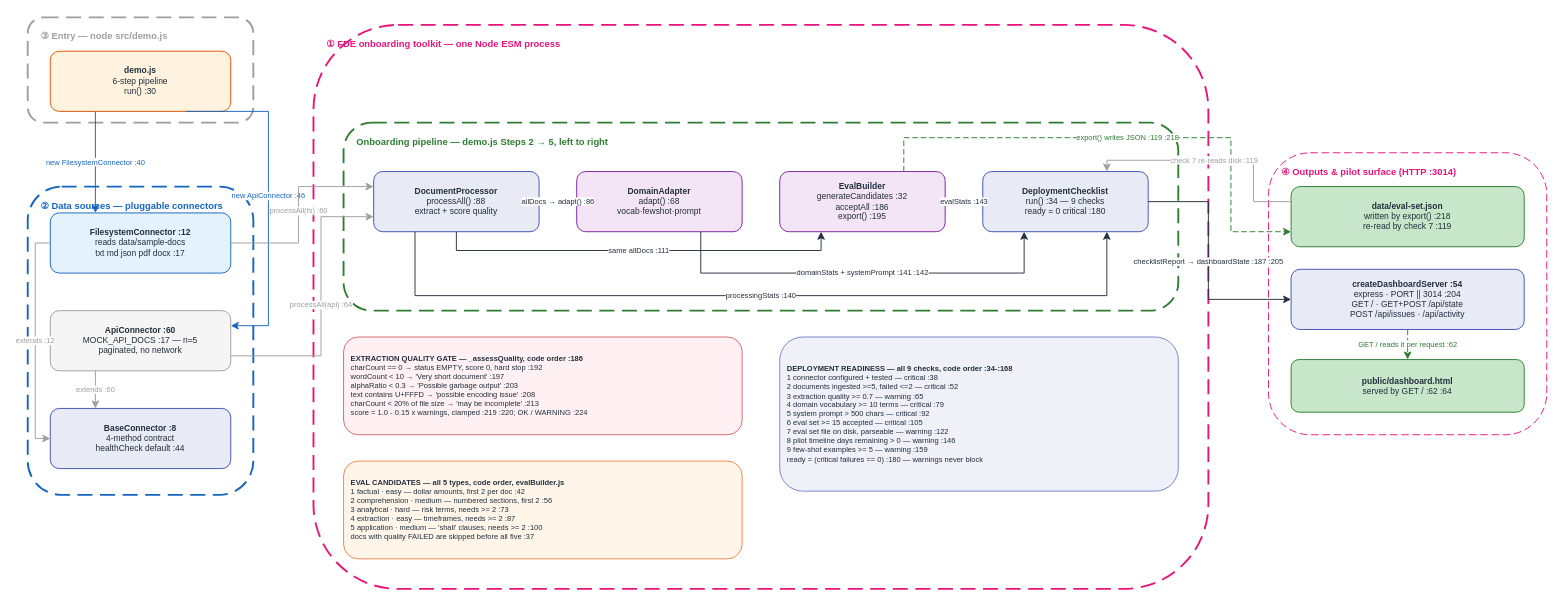
The draw.io diagram docs/diagrams/forward_deployed_v1/HOA_ForwardDeployed_v1.drawio in gmaheshraju/Hands-on-AgenticAI, before the edit. Source tidied: cells renumbered, new cells numbered last; positions are measured from the earlier drawing's top-left corner, leaving out a move shared by most shapes. Both pictures are drawn from the tidied source at 94%, with x=0, y=0 at pixel (27, 17).
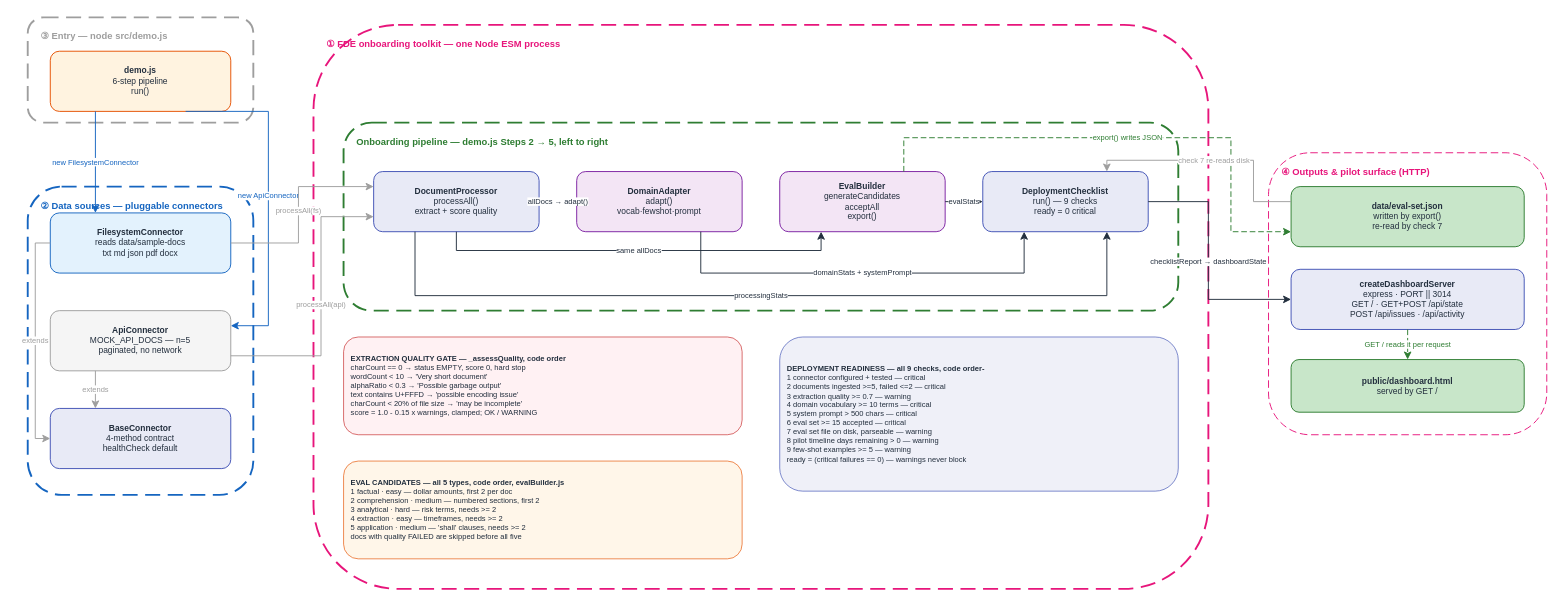
Above is the later version.

Change to the diagram source:
```diff
@@
-    <mxCell id="11" value="④ Outputs &amp; pilot surface (HTTP :3014)" style="text;fontSize=10;fontStyle=1;fontColor=#E7157B;align=left;html=1;whiteSpace=wrap;" parent="1" vertex="1">
+    <mxCell id="11" value="④ Outputs &amp; pilot surface (HTTP)" style="text;fontSize=10;fontStyle=1;fontColor=#E7157B;align=left;html=1;whiteSpace=wrap;" parent="1" vertex="1">
       <mxGeometry x="1332" y="152" width="280" height="16" as="geometry" />
     </mxCell>
-    <mxCell id="12" value="&lt;b&gt;demo.js&lt;/b&gt;&lt;br&gt;6-step pipeline&lt;br&gt;run() :30" style="rounded=1;fillColor=#FFF3E0;strokeColor=#E65100;fontSize=9;fontColor=#232F3E;html=1;whiteSpace=wrap;align=center;" parent="1" vertex="1">
+    <mxCell id="12" value="&lt;b&gt;demo.js&lt;/b&gt;&lt;br&gt;6-step pipeline&lt;br&gt;run()" style="rounded=1;fillColor=#FFF3E0;strokeColor=#E65100;fontSize=9;fontColor=#232F3E;html=1;whiteSpace=wrap;align=center;" parent="1" vertex="1">
       <mxGeometry x="24" y="36" width="192" height="64" as="geometry" />
     </mxCell>
-    <mxCell id="13" value="&lt;b&gt;FilesystemConnector :12&lt;/b&gt;&lt;br&gt;reads data/sample-docs&lt;br&gt;txt md json pdf docx :17" style="rounded=1;fillColor=#E3F2FD;strokeColor=#1565C0;fontSize=9;fontColor=#232F3E;html=1;whiteSpace=wrap;align=center;" parent="1" vertex="1">
+    <mxCell id="13" value="&lt;b&gt;FilesystemConnector&lt;/b&gt;&lt;br&gt;reads data/sample-docs&lt;br&gt;txt md json pdf docx" style="rounded=1;fillColor=#E3F2FD;strokeColor=#1565C0;fontSize=9;fontColor=#232F3E;html=1;whiteSpace=wrap;align=center;" parent="1" vertex="1">
       <mxGeometry x="24" y="208" width="192" height="64" as="geometry" />
     </mxCell>
-    <mxCell id="14" value="&lt;b&gt;ApiConnector :60&lt;/b&gt;&lt;br&gt;MOCK_API_DOCS :17 — n=5&lt;br&gt;paginated, no network" style="rounded=1;fillColor=#F5F5F5;strokeColor=#9E9E9E;fontSize=9;fontColor=#232F3E;html=1;whiteSpace=wrap;align=center;" parent="1" vertex="1">
+    <mxCell id="14" value="&lt;b&gt;ApiConnector&lt;/b&gt;&lt;br&gt;MOCK_API_DOCS — n=5&lt;br&gt;paginated, no network" style="rounded=1;fillColor=#F5F5F5;strokeColor=#9E9E9E;fontSize=9;fontColor=#232F3E;html=1;whiteSpace=wrap;align=center;" parent="1" vertex="1">
       <mxGeometry x="24" y="312" width="192" height="64" as="geometry" />
     </mxCell>
-    <mxCell id="15" value="&lt;b&gt;BaseConnector :8&lt;/b&gt;&lt;br&gt;4-method contract&lt;br&gt;healthCheck default :44" style="rounded=1;fillColor=#E8EAF6;strokeColor=#3F51B5;fontSize=9;fontColor=#232F3E;html=1;whiteSpace=wrap;align=center;" parent="1" vertex="1">
+    <mxCell id="15" value="&lt;b&gt;BaseConnector&lt;/b&gt;&lt;br&gt;4-method contract&lt;br&gt;healthCheck default" style="rounded=1;fillColor=#E8EAF6;strokeColor=#3F51B5;fontSize=9;fontColor=#232F3E;html=1;whiteSpace=wrap;align=center;" parent="1" vertex="1">
       <mxGeometry x="24" y="416" width="192" height="64" as="geometry" />
     </mxCell>
-    <mxCell id="16" value="&lt;b&gt;DocumentProcessor&lt;/b&gt;&lt;br&gt;processAll() :88&lt;br&gt;extract + score quality" style="rounded=1;fillColor=#E8EAF6;strokeColor=#3F51B5;fontSize=9;fontColor=#232F3E;html=1;whiteSpace=wrap;align=center;" parent="1" vertex="1">
+    <mxCell id="16" value="&lt;b&gt;DocumentProcessor&lt;/b&gt;&lt;br&gt;processAll()&lt;br&gt;extract + score quality" style="rounded=1;fillColor=#E8EAF6;strokeColor=#3F51B5;fontSize=9;fontColor=#232F3E;html=1;whiteSpace=wrap;align=center;" parent="1" vertex="1">
       <mxGeometry x="368" y="164" width="176" height="64" as="geometry" />
     </mxCell>
-    <mxCell id="17" value="&lt;b&gt;DomainAdapter&lt;/b&gt;&lt;br&gt;adapt() :68&lt;br&gt;vocab·fewshot·prompt" style="rounded=1;fillColor=#F3E5F5;strokeColor=#7B1FA2;fontSize=9;fontColor=#232F3E;html=1;whiteSpace=wrap;align=center;" parent="1" vertex="1">
+    <mxCell id="17" value="&lt;b&gt;DomainAdapter&lt;/b&gt;&lt;br&gt;adapt()&lt;br&gt;vocab·fewshot·prompt" style="rounded=1;fillColor=#F3E5F5;strokeColor=#7B1FA2;fontSize=9;fontColor=#232F3E;html=1;whiteSpace=wrap;align=center;" parent="1" vertex="1">
       <mxGeometry x="584" y="164" width="176" height="64" as="geometry" />
     </mxCell>
-    <mxCell id="18" value="&lt;b&gt;EvalBuilder&lt;/b&gt;&lt;br&gt;generateCandidates :32&lt;br&gt;acceptAll :186&lt;br&gt;export() :195" style="rounded=1;fillColor=#F3E5F5;strokeColor=#7B1FA2;fontSize=9;fontColor=#232F3E;html=1;whiteSpace=wrap;align=center;" parent="1" vertex="1">
+    <mxCell id="18" value="&lt;b&gt;EvalBuilder&lt;/b&gt;&lt;br&gt;generateCandidates&lt;br&gt;acceptAll&lt;br&gt;export()" style="rounded=1;fillColor=#F3E5F5;strokeColor=#7B1FA2;fontSize=9;fontColor=#232F3E;html=1;whiteSpace=wrap;align=center;" parent="1" vertex="1">
       <mxGeometry x="800" y="164" width="176" height="64" as="geometry" />
     </mxCell>
-    <mxCell id="19" value="&lt;b&gt;DeploymentChecklist&lt;/b&gt;&lt;br&gt;run() :34 — 9 checks&lt;br&gt;ready = 0 critical :180" style="rounded=1;fillColor=#E8EAF6;strokeColor=#3F51B5;fontSize=9;fontColor=#232F3E;html=1;whiteSpace=wrap;align=center;" parent="1" vertex="1">
+    <mxCell id="19" value="&lt;b&gt;DeploymentChecklist&lt;/b&gt;&lt;br&gt;run() — 9 checks&lt;br&gt;ready = 0 critical" style="rounded=1;fillColor=#E8EAF6;strokeColor=#3F51B5;fontSize=9;fontColor=#232F3E;html=1;whiteSpace=wrap;align=center;" parent="1" vertex="1">
       <mxGeometry x="1016" y="164" width="176" height="64" as="geometry" />
     </mxCell>
-    <mxCell id="20" value="&lt;b&gt;data/eval-set.json&lt;/b&gt;&lt;br&gt;written by export() :218&lt;br&gt;re-read by check 7 :119" style="rounded=1;fillColor=#C8E6C9;strokeColor=#2E7D32;fontSize=9;fontColor=#232F3E;html=1;whiteSpace=wrap;align=center;" parent="1" vertex="1">
+    <mxCell id="20" value="&lt;b&gt;data/eval-set.json&lt;/b&gt;&lt;br&gt;written by export()&lt;br&gt;re-read by check 7" style="rounded=1;fillColor=#C8E6C9;strokeColor=#2E7D32;fontSize=9;fontColor=#232F3E;html=1;whiteSpace=wrap;align=center;" parent="1" vertex="1">
       <mxGeometry x="1344" y="180" width="248" height="64" as="geometry" />
     </mxCell>
-    <mxCell id="21" value="&lt;b&gt;createDashboardServer :54&lt;/b&gt;&lt;br&gt;express · PORT || 3014 :204&lt;br&gt;GET / · GET+POST /api/state&lt;br&gt;POST /api/issues · /api/activity" style="rounded=1;fillColor=#E8EAF6;strokeColor=#3F51B5;fontSize=9;fontColor=#232F3E;html=1;whiteSpace=wrap;align=center;" parent="1" vertex="1">
+    <mxCell id="21" value="&lt;b&gt;createDashboardServer&lt;/b&gt;&lt;br&gt;express · PORT || 3014&lt;br&gt;GET / · GET+POST /api/state&lt;br&gt;POST /api/issues · /api/activity" style="rounded=1;fillColor=#E8EAF6;strokeColor=#3F51B5;fontSize=9;fontColor=#232F3E;html=1;whiteSpace=wrap;align=center;" parent="1" vertex="1">
       <mxGeometry x="1344" y="268" width="248" height="64" as="geometry" />
     </mxCell>
-    <mxCell id="22" value="&lt;b&gt;public/dashboard.html&lt;/b&gt;&lt;br&gt;served by GET / :62 :64" style="rounded=1;fillColor=#C8E6C9;strokeColor=#2E7D32;fontSize=9;fontColor=#232F3E;html=1;whiteSpace=wrap;align=center;" parent="1" vertex="1">
+    <mxCell id="22" value="&lt;b&gt;public/dashboard.html&lt;/b&gt;&lt;br&gt;served by GET /" style="rounded=1;fillColor=#C8E6C9;strokeColor=#2E7D32;fontSize=9;fontColor=#232F3E;html=1;whiteSpace=wrap;align=center;" parent="1" vertex="1">
       <mxGeometry x="1344" y="364" width="248" height="56" as="geometry" />
     </mxCell>
-    <mxCell id="23" value="&lt;b&gt;EXTRACTION QUALITY GATE — _assessQuality, code order :186&lt;/b&gt;&lt;br&gt;charCount == 0 → status EMPTY, score 0, hard stop :192&lt;br&gt;wordCount &lt; 10 → 'Very short document' :197&lt;br&gt;alphaRatio &lt; 0.3 → 'Possible garbage output' :203&lt;br&gt;text contains U+FFFD → 'possible encoding issue' :208&lt;br&gt;charCount &lt; 20% of file size → 'may be incomplete' :213&lt;br&gt;score = 1.0 - 0.15 x warnings, clamped :219 :220; OK / WARNING :224" style="rounded=1;fillColor=#FFEBEE;strokeColor=#C62828;fontSize=8;fontColor=#232F3E;html=1;whiteSpace=wrap;align=left;spacingLeft=6;opacity=70;" parent="1" vertex="1">
+    <mxCell id="23" value="&lt;b&gt;EXTRACTION QUALITY GATE — _assessQuality, code order&lt;/b&gt;&lt;br&gt;charCount == 0 → status EMPTY, score 0, hard stop&lt;br&gt;wordCount &lt; 10 → 'Very short document'&lt;br&gt;alphaRatio &lt; 0.3 → 'Possible garbage output'&lt;br&gt;text contains U+FFFD → 'possible encoding issue'&lt;br&gt;charCount &lt; 20% of file size → 'may be incomplete'&lt;br&gt;score = 1.0 - 0.15 x warnings, clamped; OK / WARNING" style="rounded=1;fillColor=#FFEBEE;strokeColor=#C62828;fontSize=8;fontColor=#232F3E;html=1;whiteSpace=wrap;align=left;spacingLeft=6;opacity=70;" parent="1" vertex="1">
       <mxGeometry x="336" y="340" width="424" height="104" as="geometry" />
     </mxCell>
-    <mxCell id="24" value="&lt;b&gt;EVAL CANDIDATES — all 5 types, code order, evalBuilder.js&lt;/b&gt;&lt;br&gt;1 factual · easy — dollar amounts, first 2 per doc :42&lt;br&gt;2 comprehension · medium — numbered sections, first 2 :56&lt;br&gt;3 analytical · hard — risk terms, needs &gt;= 2 :73&lt;br&gt;4 extraction · easy — timeframes, needs &gt;= 2 :87&lt;br&gt;5 application · medium — 'shall' clauses, needs &gt;= 2 :100&lt;br&gt;docs with quality FAILED are skipped before all five :37" style="rounded=1;fillColor=#FFF3E0;strokeColor=#E65100;fontSize=8;fontColor=#232F3E;html=1;whiteSpace=wrap;align=left;spacingLeft=6;opacity=70;" parent="1" vertex="1">
+    <mxCell id="24" value="&lt;b&gt;EVAL CANDIDATES — all 5 types, code order, evalBuilder.js&lt;/b&gt;&lt;br&gt;1 factual · easy — dollar amounts, first 2 per doc&lt;br&gt;2 comprehension · medium — numbered sections, first 2&lt;br&gt;3 analytical · hard — risk terms, needs &gt;= 2&lt;br&gt;4 extraction · easy — timeframes, needs &gt;= 2&lt;br&gt;5 application · medium — 'shall' clauses, needs &gt;= 2&lt;br&gt;docs with quality FAILED are skipped before all five" style="rounded=1;fillColor=#FFF3E0;strokeColor=#E65100;fontSize=8;fontColor=#232F3E;html=1;whiteSpace=wrap;align=left;spacingLeft=6;opacity=70;" parent="1" vertex="1">
       <mxGeometry x="336" y="472" width="424" height="104" as="geometry" />
     </mxCell>
-    <mxCell id="25" value="&lt;b&gt;DEPLOYMENT READINESS — all 9 checks, code order :34-:168&lt;/b&gt;&lt;br&gt;1 connector configured + tested — critical :38&lt;br&gt;2 documents ingested &gt;=5, failed &lt;=2 — critical :52&lt;br&gt;3 extraction quality &gt;= 0.7 — warning :65&lt;br&gt;4 domain vocabulary &gt;= 10 terms — critical :79&lt;br&gt;5 system prompt &gt; 500 chars — critical :92&lt;br&gt;6 eval set &gt;= 15 accepted — critical :105&lt;br&gt;7 eval set file on disk, parseable — warning :122&lt;br&gt;8 pilot timeline days remaining &gt; 0 — warning :146&lt;br&gt;9 few-shot examples &gt;= 5 — warning :159&lt;br&gt;ready = (critical failures == 0) :180 — warnings never block" style="rounded=1;fillColor=#E8EAF6;strokeColor=#3F51B5;fontSize=8;fontColor=#232F3E;html=1;whiteSpace=wrap;align=left;spacingLeft=6;opacity=70;" parent="1" vertex="1">
+    <mxCell id="25" value="&lt;b&gt;DEPLOYMENT READINESS — all 9 checks, code order-&lt;/b&gt;&lt;br&gt;1 connector configured + tested — critical&lt;br&gt;2 documents ingested &gt;=5, failed &lt;=2 — critical&lt;br&gt;3 extraction quality &gt;= 0.7 — warning&lt;br&gt;4 domain vocabulary &gt;= 10 terms — critical&lt;br&gt;5 system prompt &gt; 500 chars — critical&lt;br&gt;6 eval set &gt;= 15 accepted — critical&lt;br&gt;7 eval set file on disk, parseable — warning&lt;br&gt;8 pilot timeline days remaining &gt; 0 — warning&lt;br&gt;9 few-shot examples &gt;= 5 — warning&lt;br&gt;ready = (critical failures == 0) — warnings never block" style="rounded=1;fillColor=#E8EAF6;strokeColor=#3F51B5;fontSize=8;fontColor=#232F3E;html=1;whiteSpace=wrap;align=left;spacingLeft=6;opacity=70;" parent="1" vertex="1">
       <mxGeometry x="800" y="340" width="424" height="164" as="geometry" />
     </mxCell>
-    <mxCell id="26" value="new FilesystemConnector :40" style="edgeStyle=orthogonalEdgeStyle;rounded=0;html=1;strokeColor=#1565C0;fontColor=#1565C0;fontSize=8;exitX=0.25;exitY=1;exitDx=0;exitDy=0;entryX=0.25;entryY=0;entryDx=0;entryDy=0;" parent="1" edge="1" source="12" target="13">
+    <mxCell id="26" value="new FilesystemConnector" style="edgeStyle=orthogonalEdgeStyle;rounded=0;html=1;strokeColor=#1565C0;fontColor=#1565C0;fontSize=8;exitX=0.25;exitY=1;exitDx=0;exitDy=0;entryX=0.25;entryY=0;entryDx=0;entryDy=0;" parent="1" edge="1" source="12" target="13">
       <mxGeometry relative="1" as="geometry" />
     </mxCell>
-    <mxCell id="27" value="new ApiConnector :46" style="edgeStyle=orthogonalEdgeStyle;rounded=0;html=1;strokeColor=#1565C0;fontColor=#1565C0;fontSize=8;exitX=0.75;exitY=1;exitDx=0;exitDy=0;entryX=1;entryY=0.25;entryDx=0;entryDy=0;" parent="1" edge="1" source="12" target="14">
+    <mxCell id="27" value="new ApiConnector" style="edgeStyle=orthogonalEdgeStyle;rounded=0;html=1;strokeColor=#1565C0;fontColor=#1565C0;fontSize=8;exitX=0.75;exitY=1;exitDx=0;exitDy=0;entryX=1;entryY=0.25;entryDx=0;entryDy=0;" parent="1" edge="1" source="12" target="14">
       <mxGeometry relative="1" as="geometry">
         <Array as="points">
           <mxPoint x="256" y="100" />
           <mxPoint x="256" y="328" />
         </Array>
       </mxGeometry>
     </mxCell>
-    <mxCell id="28" value="extends :12" style="edgeStyle=orthogonalEdgeStyle;rounded=0;html=1;strokeColor=#9E9E9E;fontColor=#9E9E9E;fontSize=8;exitX=0;exitY=0.5;exitDx=0;exitDy=0;entryX=0;entryY=0.5;entryDx=0;entryDy=0;" parent="1" edge="1" source="13" target="15">
+    <mxCell id="28" value="extends" style="edgeStyle=orthogonalEdgeStyle;rounded=0;html=1;strokeColor=#9E9E9E;fontColor=#9E9E9E;fontSize=8;exitX=0;exitY=0.5;exitDx=0;exitDy=0;entryX=0;entryY=0.5;entryDx=0;entryDy=0;" parent="1" edge="1" source="13" target="15">
       <mxGeometry relative="1" as="geometry">
         <Array as="points">
           <mxPoint x="8" y="240" />
           <mxPoint x="8" y="448" />
         </Array>
       </mxGeometry>
     </mxCell>
-    <mxCell id="29" value="extends :60" style="edgeStyle=orthogonalEdgeStyle;rounded=0;html=1;strokeColor=#9E9E9E;fontColor=#9E9E9E;fontSize=8;exitX=0.25;exitY=1;exitDx=0;exitDy=0;entryX=0.25;entryY=0;entryDx=0;entryDy=0;" parent="1" edge="1" source="14" target="15">
+    <mxCell id="29" value="extends" style="edgeStyle=orthogonalEdgeStyle;rounded=0;html=1;strokeColor=#9E9E9E;fontColor=#9E9E9E;fontSize=8;exitX=0.25;exitY=1;exitDx=0;exitDy=0;entryX=0.25;entryY=0;entryDx=0;entryDy=0;" parent="1" edge="1" source="14" target="15">
       <mxGeometry relative="1" as="geometry" />
     </mxCell>
-    <mxCell id="30" value="processAll(fs) :60" style="edgeStyle=orthogonalEdgeStyle;rounded=0;html=1;strokeColor=#9E9E9E;fontColor=#9E9E9E;fontSize=8;exitX=1;exitY=0.5;exitDx=0;exitDy=0;entryX=0;entryY=0.25;entryDx=0;entryDy=0;" parent="1" edge="1" source="13" target="16">
+    <mxCell id="30" value="processAll(fs)" style="edgeStyle=orthogonalEdgeStyle;rounded=0;html=1;strokeColor=#9E9E9E;fontColor=#9E9E9E;fontSize=8;exitX=1;exitY=0.5;exitDx=0;exitDy=0;entryX=0;entryY=0.25;entryDx=0;entryDy=0;" parent="1" edge="1" source="13" target="16">
       <mxGeometry relative="1" as="geometry">
         <Array as="points">
           <mxPoint x="288" y="240" />
           <mxPoint x="288" y="180" />
         </Array>
       </mxGeometry>
     </mxCell>
-    <mxCell id="31" value="processAll(api) :64" style="edgeStyle=orthogonalEdgeStyle;rounded=0;html=1;strokeColor=#9E9E9E;fontColor=#9E9E9E;fontSize=8;exitX=1;exitY=0.75;exitDx=0;exitDy=0;entryX=0;entryY=0.75;entryDx=0;entryDy=0;" parent="1" edge="1" source="14" target="16">
+    <mxCell id="31" value="processAll(api)" style="edgeStyle=orthogonalEdgeStyle;rounded=0;html=1;strokeColor=#9E9E9E;fontColor=#9E9E9E;fontSize=8;exitX=1;exitY=0.75;exitDx=0;exitDy=0;entryX=0;entryY=0.75;entryDx=0;entryDy=0;" parent="1" edge="1" source="14" target="16">
       <mxGeometry relative="1" as="geometry">
         <Array as="points">
           <mxPoint x="312" y="360" />
           <mxPoint x="312" y="212" />
         </Array>
       </mxGeometry>
     </mxCell>
-    <mxCell id="32" value="allDocs → adapt() :86" style="edgeStyle=orthogonalEdgeStyle;rounded=0;html=1;strokeColor=#232F3E;fontColor=#232F3E;fontSize=8;exitX=1;exitY=0.5;exitDx=0;exitDy=0;entryX=0;entryY=0.5;entryDx=0;entryDy=0;" parent="1" edge="1" source="16" target="17">
+    <mxCell id="32" value="allDocs → adapt()" style="edgeStyle=orthogonalEdgeStyle;rounded=0;html=1;strokeColor=#232F3E;fontColor=#232F3E;fontSize=8;exitX=1;exitY=0.5;exitDx=0;exitDy=0;entryX=0;entryY=0.5;entryDx=0;entryDy=0;" parent="1" edge="1" source="16" target="17">
       <mxGeometry relative="1" as="geometry" />
     </mxCell>
-    <mxCell id="33" value="same allDocs :111" style="edgeStyle=orthogonalEdgeStyle;rounded=0;html=1;strokeColor=#232F3E;fontColor=#232F3E;fontSize=8;exitX=0.5;exitY=1;exitDx=0;exitDy=0;entryX=0.25;entryY=1;entryDx=0;entryDy=0;" parent="1" edge="1" source="16" target="18">
+    <mxCell id="33" value="same allDocs" style="edgeStyle=orthogonalEdgeStyle;rounded=0;html=1;strokeColor=#232F3E;fontColor=#232F3E;fontSize=8;exitX=0.5;exitY=1;exitDx=0;exitDy=0;entryX=0.25;entryY=1;entryDx=0;entryDy=0;" parent="1" edge="1" source="16" target="18">
       <mxGeometry relative="1" as="geometry">
         <Array as="points">
           <mxPoint x="456" y="248" />
           <mxPoint x="844" y="248" />
         </Array>
       </mxGeometry>
     </mxCell>
-    <mxCell id="34" value="processingStats :140" style="edgeStyle=orthogonalEdgeStyle;rounded=0;html=1;strokeColor=#232F3E;fontColor=#232F3E;fontSize=8;exitX=0.25;exitY=1;exitDx=0;exitDy=0;entryX=0.75;entryY=1;entryDx=0;entryDy=0;" parent="1" edge="1" source="16" target="19">
+    <mxCell id="34" value="processingStats" style="edgeStyle=orthogonalEdgeStyle;rounded=0;html=1;strokeColor=#232F3E;fontColor=#232F3E;fontSize=8;exitX=0.25;exitY=1;exitDx=0;exitDy=0;entryX=0.75;entryY=1;entryDx=0;entryDy=0;" parent="1" edge="1" source="16" target="19">
       <mxGeometry relative="1" as="geometry">
         <Array as="points">
           <mxPoint x="412" y="296" />
           <mxPoint x="1148" y="296" />
         </Array>
       </mxGeometry>
     </mxCell>
-    <mxCell id="35" value="domainStats + systemPrompt :141 :142" style="edgeStyle=orthogonalEdgeStyle;rounded=0;html=1;strokeColor=#232F3E;fontColor=#232F3E;fontSize=8;exitX=0.75;exitY=1;exitDx=0;exitDy=0;entryX=0.25;entryY=1;entryDx=0;entryDy=0;" parent="1" edge="1" source="17" target="19">
+    <mxCell id="35" value="domainStats + systemPrompt" style="edgeStyle=orthogonalEdgeStyle;rounded=0;html=1;strokeColor=#232F3E;fontColor=#232F3E;fontSize=8;exitX=0.75;exitY=1;exitDx=0;exitDy=0;entryX=0.25;entryY=1;entryDx=0;entryDy=0;" parent="1" edge="1" source="17" target="19">
       <mxGeometry relative="1" as="geometry">
         <Array as="points">
           <mxPoint x="716" y="272" />
           <mxPoint x="1060" y="272" />
         </Array>
       </mxGeometry>
     </mxCell>
-    <mxCell id="36" value="evalStats :143" style="edgeStyle=orthogonalEdgeStyle;rounded=0;html=1;strokeColor=#232F3E;fontColor=#232F3E;fontSize=8;exitX=1;exitY=0.5;exitDx=0;exitDy=0;entryX=0;entryY=0.5;entryDx=0;entryDy=0;" parent="1" edge="1" source="18" target="19">
+    <mxCell id="36" value="evalStats" style="edgeStyle=orthogonalEdgeStyle;rounded=0;html=1;strokeColor=#232F3E;fontColor=#232F3E;fontSize=8;exitX=1;exitY=0.5;exitDx=0;exitDy=0;entryX=0;entryY=0.5;entryDx=0;entryDy=0;" parent="1" edge="1" source="18" target="19">
       <mxGeometry relative="1" as="geometry" />
     </mxCell>
-    <mxCell id="37" value="export() writes JSON :119 :218" style="edgeStyle=orthogonalEdgeStyle;rounded=0;html=1;strokeColor=#2E7D32;fontColor=#2E7D32;fontSize=8;exitX=0.75;exitY=0;exitDx=0;exitDy=0;entryX=0;entryY=0.75;entryDx=0;entryDy=0;dashed=1;dashPattern=6 3;" parent="1" edge="1" source="18" target="20">
+    <mxCell id="37" value="export() writes JSON" style="edgeStyle=orthogonalEdgeStyle;rounded=0;html=1;strokeColor=#2E7D32;fontColor=#2E7D32;fontSize=8;exitX=0.75;exitY=0;exitDx=0;exitDy=0;entryX=0;entryY=0.75;entryDx=0;entryDy=0;dashed=1;dashPattern=6 3;" parent="1" edge="1" source="18" target="20">
       <mxGeometry relative="1" as="geometry">
         <Array as="points">
           <mxPoint x="932" y="128" />
           <mxPoint x="1280" y="128" />
           <mxPoint x="1280" y="228" />
         </Array>
       </mxGeometry>
     </mxCell>
-    <mxCell id="38" value="check 7 re-reads disk :119" style="edgeStyle=orthogonalEdgeStyle;rounded=0;html=1;strokeColor=#9E9E9E;fontColor=#9E9E9E;fontSize=8;exitX=0;exitY=0.25;exitDx=0;exitDy=0;entryX=0.75;entryY=0;entryDx=0;entryDy=0;" parent="1" edge="1" source="20" target="19">
+    <mxCell id="38" value="check 7 re-reads disk" style="edgeStyle=orthogonalEdgeStyle;rounded=0;html=1;strokeColor=#9E9E9E;fontColor=#9E9E9E;fontSize=8;exitX=0;exitY=0.25;exitDx=0;exitDy=0;entryX=0.75;entryY=0;entryDx=0;entryDy=0;" parent="1" edge="1" source="20" target="19">
       <mxGeometry relative="1" as="geometry">
         <Array as="points">
           <mxPoint x="1304" y="196" />
           <mxPoint x="1304" y="152" />
           <mxPoint x="1148" y="152" />
         </Array>
       </mxGeometry>
     </mxCell>
-    <mxCell id="39" value="checklistReport → dashboardState :187 :205" style="edgeStyle=orthogonalEdgeStyle;rounded=0;html=1;strokeColor=#232F3E;fontColor=#232F3E;fontSize=8;exitX=1;exitY=0.5;exitDx=0;exitDy=0;entryX=0;entryY=0.5;entryDx=0;entryDy=0;" parent="1" edge="1" source="19" target="21">
+    <mxCell id="39" value="checklistReport → dashboardState" style="edgeStyle=orthogonalEdgeStyle;rounded=0;html=1;strokeColor=#232F3E;fontColor=#232F3E;fontSize=8;exitX=1;exitY=0.5;exitDx=0;exitDy=0;entryX=0;entryY=0.5;entryDx=0;entryDy=0;" parent="1" edge="1" source="19" target="21">
       <mxGeometry relative="1" as="geometry">
         <Array as="points">
           <mxPoint x="1256" y="196" />
           <mxPoint x="1256" y="300" />
         </Array>
       </mxGeometry>
     </mxCell>
-    <mxCell id="40" value="GET / reads it per request :62" style="edgeStyle=orthogonalEdgeStyle;rounded=0;html=1;strokeColor=#2E7D32;fontColor=#2E7D32;fontSize=8;exitX=0.5;exitY=1;exitDx=0;exitDy=0;entryX=0.5;entryY=0;entryDx=0;entryDy=0;dashed=1;dashPattern=6 3;" parent="1" edge="1" source="21" target="22">
+    <mxCell id="40" value="GET / reads it per request" style="edgeStyle=orthogonalEdgeStyle;rounded=0;html=1;strokeColor=#2E7D32;fontColor=#2E7D32;fontSize=8;exitX=0.5;exitY=1;exitDx=0;exitDy=0;entryX=0.5;entryY=0;entryDx=0;entryDy=0;dashed=1;dashPattern=6 3;" parent="1" edge="1" source="21" target="22">
       <mxGeometry relative="1" as="geometry" />
     </mxCell>
```
